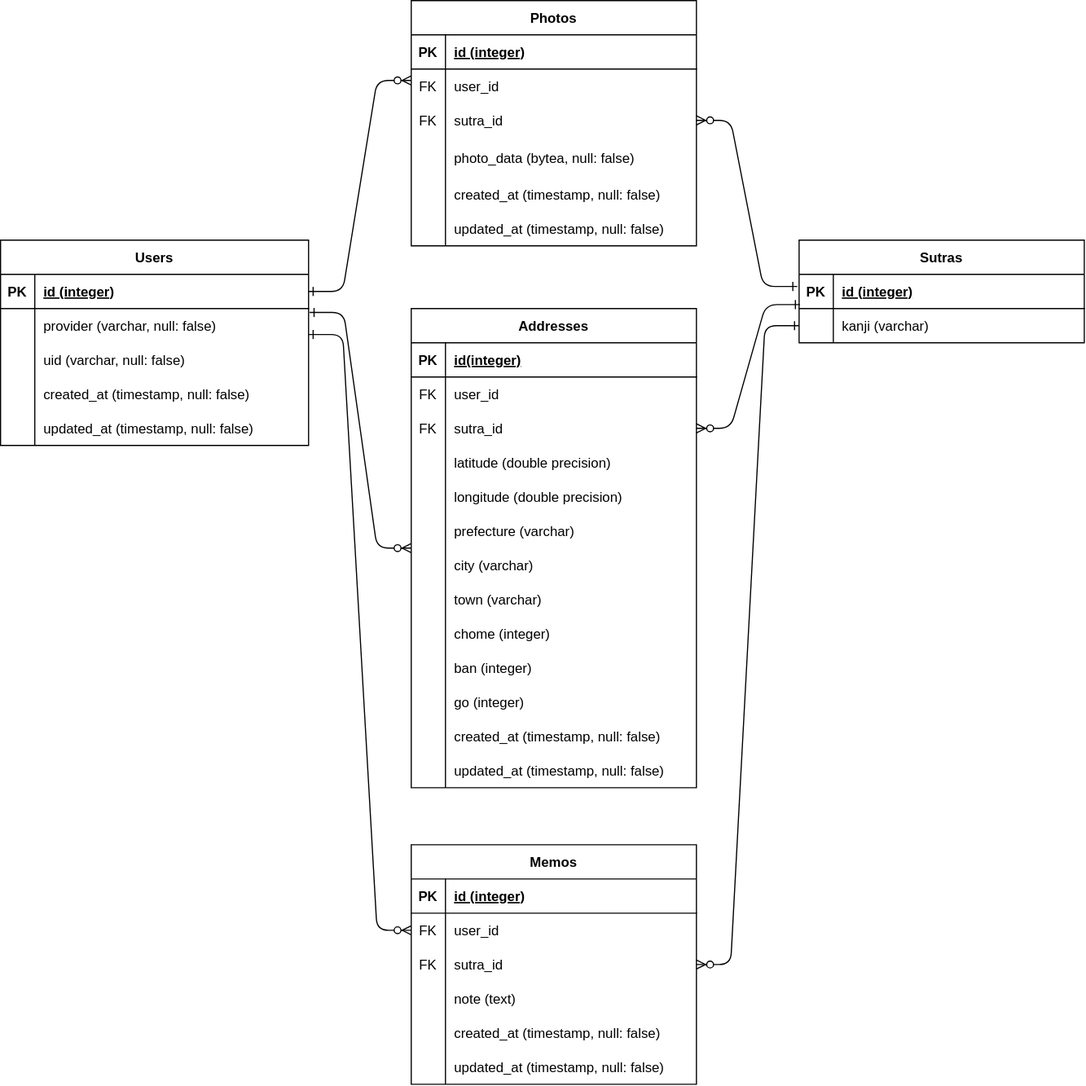
Before: outdoor-heart-sutra.drawio.svg, a diagram exported from draw.io (shirotamaki/entity-relationship-diagram). Source tidied: cells renumbered, new cells last; positions are measured from the earlier drawing's top-left corner, leaving out a move shared by most shapes.
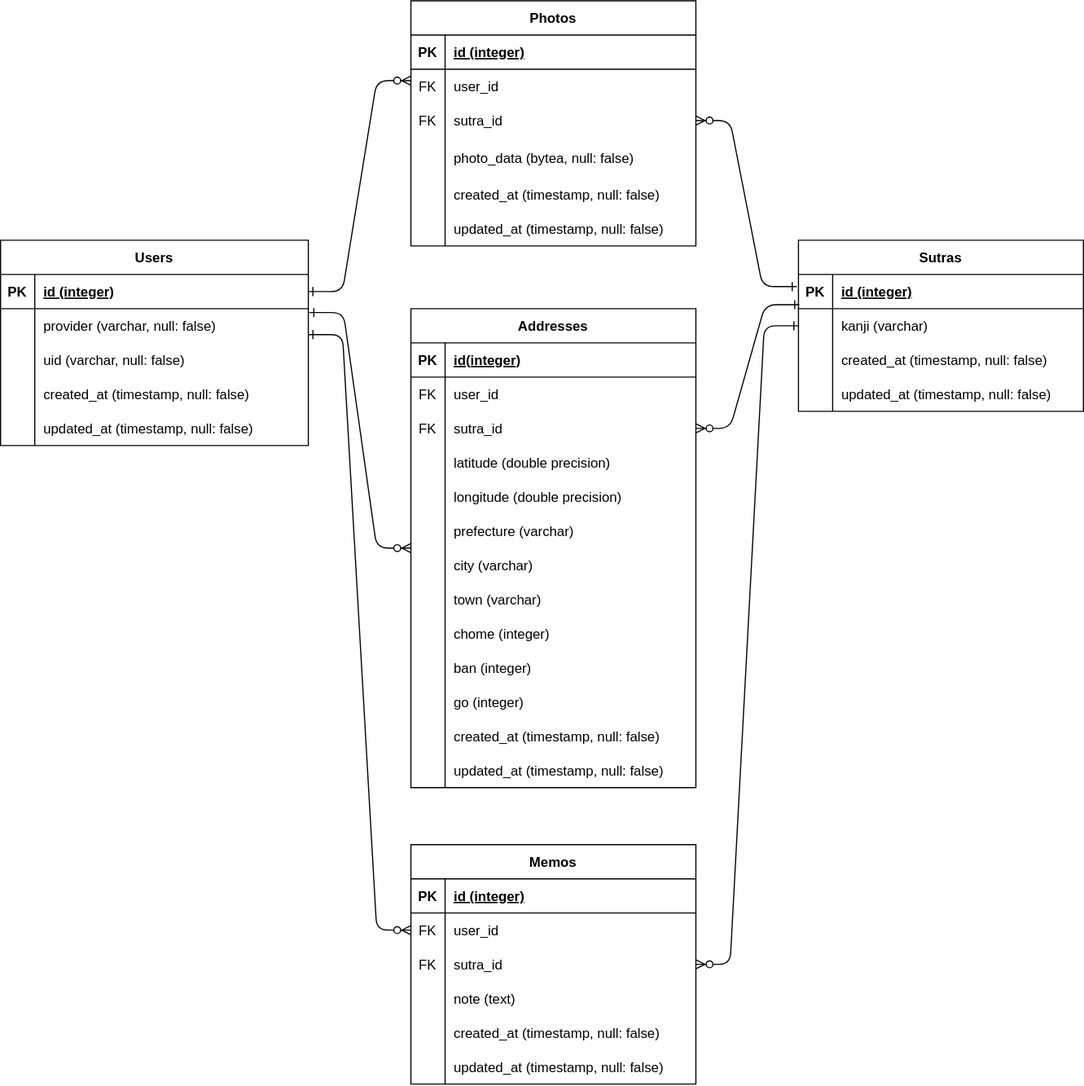
After the change.

Commit message:
outdoor-heart-sutra.drawio.svg を追加しました。

The edit, as a diff of the source:
```diff
@@ -228,7 +228,7 @@
       <mxGeometry x="30" width="240" height="30" as="geometry" />
     </mxCell>
     <mxCell id="77" value="Sutras" style="shape=table;startSize=30;rowLines=0;fontStyle=1;align=center;" parent="1" vertex="1">
-      <mxGeometry x="700" y="210" width="250" height="90" as="geometry" />
+      <mxGeometry x="700" y="210" width="250" height="150" as="geometry" />
     </mxCell>
     <mxCell id="78" style="shape=partialRectangle;fillColor=none;points=[[0,0.5],[1,0.5]];portConstraint=eastwest;top=0;left=0;right=0;bottom=1;" parent="77" vertex="1">
       <mxGeometry y="30" width="250" height="30" as="geometry" />
@@ -248,6 +248,24 @@
     <mxCell id="83" value="kanji (varchar)" style="shape=partialRectangle;overflow=hidden;fillColor=none;top=0;left=0;bottom=0;right=0;align=left;spacingLeft=6;" parent="81" vertex="1">
       <mxGeometry x="30" width="220" height="30" as="geometry" />
     </mxCell>
+    <mxCell id="109" style="shape=partialRectangle;fillColor=none;top=0;left=0;right=0;bottom=0;" parent="77" vertex="1">
+      <mxGeometry y="90" width="250" height="30" as="geometry" />
+    </mxCell>
+    <mxCell id="110" style="shape=partialRectangle;overflow=hidden;fillColor=none;top=0;left=0;bottom=0;right=0;" parent="109" vertex="1">
+      <mxGeometry width="30" height="30" as="geometry" />
+    </mxCell>
+    <mxCell id="111" value="created_at (timestamp, null: false)" style="shape=partialRectangle;overflow=hidden;fillColor=none;top=0;left=0;bottom=0;right=0;align=left;spacingLeft=6;" parent="109" vertex="1">
+      <mxGeometry x="30" width="220" height="30" as="geometry" />
+    </mxCell>
+    <mxCell id="112" style="shape=partialRectangle;fillColor=none;top=0;left=0;right=0;bottom=0;" parent="77" vertex="1">
+      <mxGeometry y="120" width="250" height="30" as="geometry" />
+    </mxCell>
+    <mxCell id="113" style="shape=partialRectangle;overflow=hidden;fillColor=none;top=0;left=0;bottom=0;right=0;" parent="112" vertex="1">
+      <mxGeometry width="30" height="30" as="geometry" />
+    </mxCell>
+    <mxCell id="114" value="updated_at (timestamp, null: false)" style="shape=partialRectangle;overflow=hidden;fillColor=none;top=0;left=0;bottom=0;right=0;align=left;spacingLeft=6;" parent="112" vertex="1">
+      <mxGeometry x="30" width="220" height="30" as="geometry" />
+    </mxCell>
     <mxCell id="84" style="edgeStyle=entityRelationEdgeStyle;endArrow=ERzeroToMany;startArrow=ERone;endFill=1;startFill=0;exitX=1;exitY=0.5;exitDx=0;exitDy=0;entryX=0;entryY=0.333;entryDx=0;entryDy=0;entryPerimeter=0;" parent="1" edge="1" source="62" target="6">
       <mxGeometry relative="1" as="geometry" />
     </mxCell>
```
